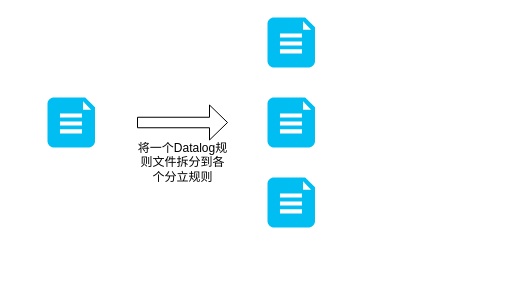
Above: datalogTransByLLM/流程图.drawio in Price1999a/drawio (draw.io), before the change. Source tidied: cells renumbered, new cells numbered last; positions are measured from the earlier drawing's top-left corner, leaving out a move shared by most shapes. Both pictures are drawn from the tidied source at 100%, with x=0, y=0 at pixel (47, 17).
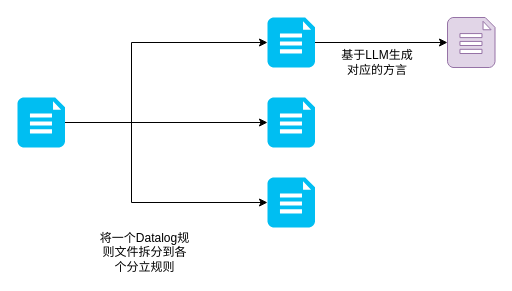
After the change.

Commit message (it also covers changes not shown here):
更新流程图.drawio

What changed in the source:
```diff
@@
 <mxGraphModel>
   <root>
     <mxCell id="0" />
     <mxCell id="1" parent="0" />
+    <mxCell id="8" style="edgeStyle=orthogonalEdgeStyle;rounded=0;jettySize=auto;html=1;exitX=1;exitY=0.5;exitDx=0;exitDy=0;exitPerimeter=0;" parent="1" edge="1" source="2" target="4">
+      <mxGeometry relative="1" as="geometry" />
+    </mxCell>
+    <mxCell id="9" style="edgeStyle=orthogonalEdgeStyle;rounded=0;jettySize=auto;html=1;entryX=0;entryY=0.5;entryDx=0;entryDy=0;entryPerimeter=0;" parent="1" edge="1" source="2" target="3">
+      <mxGeometry relative="1" as="geometry">
+        <Array as="points">
+          <mxPoint x="84" y="25" />
+        </Array>
+      </mxGeometry>
+    </mxCell>
+    <mxCell id="10" style="edgeStyle=orthogonalEdgeStyle;rounded=0;jettySize=auto;html=1;entryX=0;entryY=0.5;entryDx=0;entryDy=0;entryPerimeter=0;" parent="1" edge="1" source="2" target="5">
+      <mxGeometry relative="1" as="geometry">
+        <Array as="points">
+          <mxPoint x="84" y="185" />
+        </Array>
+      </mxGeometry>
+    </mxCell>
     <mxCell id="2" style="verticalLabelPosition=bottom;html=1;verticalAlign=top;align=center;strokeColor=none;fillColor=#00BEF2;shape=mxgraph.azure.file_2;" parent="1" vertex="1">
-      <mxGeometry y="80" width="47.5" height="50" as="geometry" />
+      <mxGeometry x="-30" y="80" width="47.5" height="50" as="geometry" />
     </mxCell>
+    <mxCell id="11" style="edgeStyle=orthogonalEdgeStyle;rounded=0;jettySize=auto;html=1;" parent="1" edge="1" source="3" target="12">
+      <mxGeometry relative="1" as="geometry" />
+    </mxCell>
     <mxCell id="3" style="verticalLabelPosition=bottom;html=1;verticalAlign=top;align=center;strokeColor=none;fillColor=#00BEF2;shape=mxgraph.azure.file_2;" parent="1" vertex="1">
       <mxGeometry x="220" width="47.5" height="50" as="geometry" />
     </mxCell>
     <mxCell id="4" style="verticalLabelPosition=bottom;html=1;verticalAlign=top;align=center;strokeColor=none;fillColor=#00BEF2;shape=mxgraph.azure.file_2;" parent="1" vertex="1">
       <mxGeometry x="220" y="80" width="47.5" height="50" as="geometry" />
     </mxCell>
     <mxCell id="5" style="verticalLabelPosition=bottom;html=1;verticalAlign=top;align=center;strokeColor=none;fillColor=#00BEF2;shape=mxgraph.azure.file_2;" parent="1" vertex="1">
       <mxGeometry x="220" y="160" width="47.5" height="50" as="geometry" />
     </mxCell>
-    <mxCell id="6" style="shape=singleArrow;whiteSpace=wrap;html=1;" parent="1" vertex="1">
-      <mxGeometry x="90" y="87.5" width="90" height="35" as="geometry" />
-    </mxCell>
+    <mxCell id="12" style="verticalLabelPosition=bottom;html=1;verticalAlign=top;align=center;strokeColor=#9673a6;fillColor=#e1d5e7;shape=mxgraph.azure.file_2;" parent="1" vertex="1">
+      <mxGeometry x="400" width="47.5" height="50" as="geometry" />
+    </mxCell>
     <mxCell id="7" value="将一个Datalog规则文件拆分到各个分立规则" style="text;html=1;strokeColor=none;fillColor=none;align=center;verticalAlign=middle;whiteSpace=wrap;rounded=0;" parent="1" vertex="1">
-      <mxGeometry x="87.5" y="130" width="95" height="30" as="geometry" />
+      <mxGeometry x="50" y="220" width="95" height="30" as="geometry" />
     </mxCell>
+    <mxCell id="13" value="基于LLM生成对应的方言" style="text;html=1;strokeColor=none;fillColor=none;align=center;verticalAlign=middle;whiteSpace=wrap;rounded=0;" parent="1" vertex="1">
+      <mxGeometry x="290" y="30" width="80" height="30" as="geometry" />
+    </mxCell>
   </root>
 </mxGraphModel>
```
